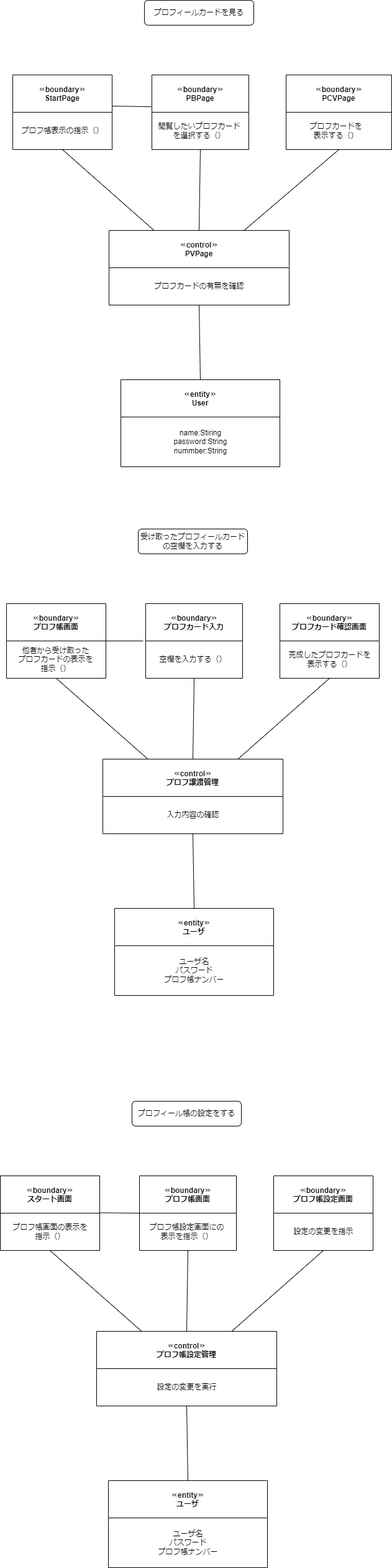
This is classmap22.drawio.png from MoritMorit/psp-pro4, a draw.io export, as it was before one commit. Source tidied: cells renumbered, new cells last; positions are measured from the earlier drawing's top-left corner, leaving out a move shared by most shapes.
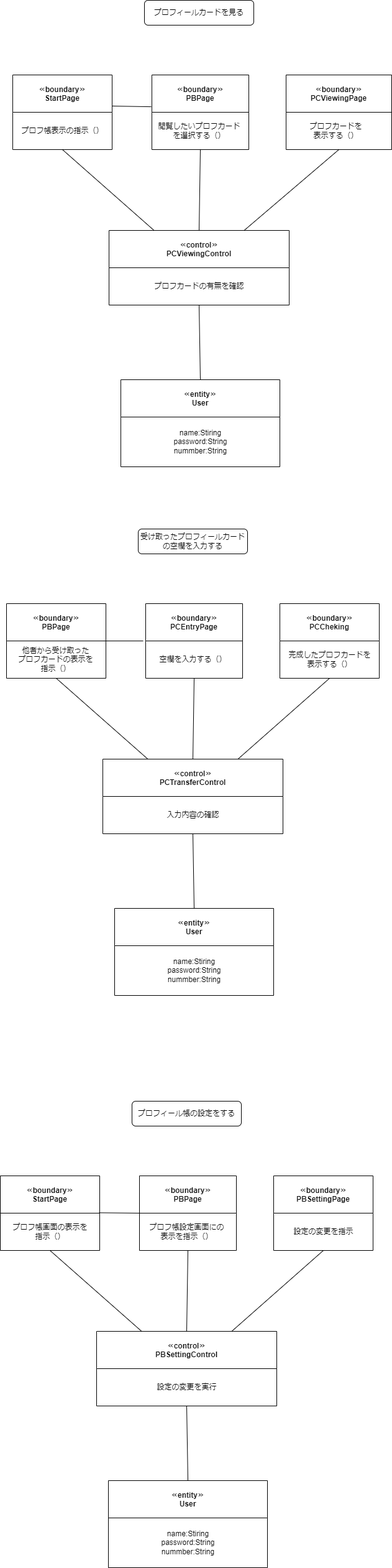
The same file after the commit.

The edit, as a diff of the source:
```diff
@@ -5,7 +5,7 @@
     <mxCell id="2" value="プロフィールカードを見る" style="rounded=1;whiteSpace=wrap;html=1;" parent="1" vertex="1">
       <mxGeometry x="232" width="176" height="40" as="geometry" />
     </mxCell>
-    <mxCell id="3" value="≪control≫&#10;PVPage" style="swimlane;startSize=60;" parent="1" vertex="1">
+    <mxCell id="3" value="≪control≫&#10;PCViewingControl" style="swimlane;startSize=60;" parent="1" vertex="1">
       <mxGeometry x="175" y="370" width="290" height="120" as="geometry" />
     </mxCell>
     <mxCell id="4" value="プロフカードの有無を確認" style="text;html=1;align=center;verticalAlign=middle;strokeColor=none;fillColor=none;" parent="3" vertex="1">
@@ -23,7 +23,7 @@
     <mxCell id="8" value="閲覧したいプロフカード&lt;br&gt;を選択する（）" style="text;html=1;align=center;verticalAlign=middle;strokeColor=none;fillColor=none;" parent="7" vertex="1">
       <mxGeometry x="-4" y="70" width="160" height="40" as="geometry" />
     </mxCell>
-    <mxCell id="9" value="≪boundary≫&#10;PCVPage" style="swimlane;startSize=60;" parent="1" vertex="1">
+    <mxCell id="9" value="≪boundary≫&#10;PCViewingPage" style="swimlane;startSize=60;" parent="1" vertex="1">
       <mxGeometry x="460" y="120" width="170" height="120" as="geometry" />
     </mxCell>
     <mxCell id="10" value="プロフカードを&lt;br&gt;表示する（）" style="text;html=1;align=center;verticalAlign=middle;strokeColor=none;fillColor=none;" parent="9" vertex="1">
@@ -50,35 +50,35 @@
     <mxCell id="17" value="受け取ったプロフィールカードの空欄を入力する" style="rounded=1;whiteSpace=wrap;html=1;" parent="1" vertex="1">
       <mxGeometry x="222" y="850" width="176" height="40" as="geometry" />
     </mxCell>
-    <mxCell id="18" value="≪control≫&#10;プロフ譲渡管理" style="swimlane;startSize=60;" parent="1" vertex="1">
+    <mxCell id="18" value="≪control≫&#10;PCTransferControl" style="swimlane;startSize=60;" parent="1" vertex="1">
       <mxGeometry x="165" y="1220" width="290" height="120" as="geometry" />
     </mxCell>
     <mxCell id="19" value="入力内容の確認" style="text;html=1;align=center;verticalAlign=middle;strokeColor=none;fillColor=none;" parent="18" vertex="1">
       <mxGeometry x="90" y="75" width="110" height="30" as="geometry" />
     </mxCell>
-    <mxCell id="20" value="≪boundary≫&#10;プロフ帳画面" style="swimlane;startSize=60;" parent="1" vertex="1">
+    <mxCell id="20" value="≪boundary≫&#10;PBPage" style="swimlane;startSize=60;" parent="1" vertex="1">
       <mxGeometry x="10" y="970" width="160" height="120" as="geometry" />
     </mxCell>
     <mxCell id="21" value="他者から受け取った&lt;br&gt;プロフカードの表示を&lt;br&gt;指示（）" style="text;html=1;align=center;verticalAlign=middle;strokeColor=none;fillColor=none;" parent="20" vertex="1">
       <mxGeometry x="9" y="60" width="140" height="60" as="geometry" />
     </mxCell>
-    <mxCell id="22" value="≪boundary≫&#10;プロフカード入力" style="swimlane;startSize=60;" parent="1" vertex="1">
+    <mxCell id="22" value="≪boundary≫&#10;PCEntryPage" style="swimlane;startSize=60;" parent="1" vertex="1">
       <mxGeometry x="234" y="970" width="156" height="120" as="geometry" />
     </mxCell>
     <mxCell id="23" value="空欄を入力する（）" style="text;html=1;align=center;verticalAlign=middle;strokeColor=none;fillColor=none;" parent="22" vertex="1">
       <mxGeometry x="11" y="75" width="130" height="30" as="geometry" />
     </mxCell>
-    <mxCell id="24" value="≪boundary≫&#10;プロフカード確認画面" style="swimlane;startSize=60;" parent="1" vertex="1">
+    <mxCell id="24" value="≪boundary≫&#10;PCCheking" style="swimlane;startSize=60;" parent="1" vertex="1">
       <mxGeometry x="450" y="970" width="160" height="120" as="geometry" />
     </mxCell>
     <mxCell id="25" value="完成したプロフカードを&lt;br&gt;表示する（）" style="text;html=1;align=center;verticalAlign=middle;strokeColor=none;fillColor=none;" parent="24" vertex="1">
       <mxGeometry y="70" width="160" height="40" as="geometry" />
     </mxCell>
-    <mxCell id="26" value="≪entity≫&#10;ユーザ" style="swimlane;startSize=60;" parent="1" vertex="1">
+    <mxCell id="26" value="≪entity≫&#10;User" style="swimlane;startSize=60;" parent="1" vertex="1">
       <mxGeometry x="184" y="1460" width="256" height="140" as="geometry" />
     </mxCell>
-    <mxCell id="27" value="ユーザ名&lt;br&gt;パスワード&lt;br&gt;プロフ帳ナンバー" style="text;html=1;align=center;verticalAlign=middle;strokeColor=none;fillColor=none;" parent="26" vertex="1">
-      <mxGeometry x="68" y="70" width="120" height="60" as="geometry" />
+    <mxCell id="27" value="name:Stiring&lt;br&gt;password:String&lt;br&gt;nummber:String" style="text;html=1;align=center;verticalAlign=middle;strokeColor=none;fillColor=none;" parent="26" vertex="1">
+      <mxGeometry x="73" y="70" width="110" height="60" as="geometry" />
     </mxCell>
     <mxCell id="28" style="endArrow=none;html=1;entryX=0.5;entryY=1;entryDx=0;entryDy=0;exitX=0.5;exitY=0;exitDx=0;exitDy=0;" parent="1" edge="1" source="26" target="18">
       <mxGeometry relative="1" as="geometry" />
@@ -95,35 +95,35 @@
     <mxCell id="32" value="プロフィール帳の設定をする" style="rounded=1;whiteSpace=wrap;html=1;" parent="1" vertex="1">
       <mxGeometry x="212" y="1770" width="176" height="40" as="geometry" />
     </mxCell>
-    <mxCell id="33" value="≪control≫&#10;プロフ帳設定管理" style="swimlane;startSize=60;" parent="1" vertex="1">
+    <mxCell id="33" value="≪control≫&#10;PBSettingControl" style="swimlane;startSize=60;" parent="1" vertex="1">
       <mxGeometry x="155" y="2140" width="290" height="120" as="geometry" />
     </mxCell>
     <mxCell id="34" value="設定の変更を実行" style="text;html=1;align=center;verticalAlign=middle;strokeColor=none;fillColor=none;" parent="33" vertex="1">
       <mxGeometry x="85" y="75" width="120" height="30" as="geometry" />
     </mxCell>
-    <mxCell id="35" value="≪boundary≫&#10;スタート画面" style="swimlane;startSize=60;" parent="1" vertex="1">
+    <mxCell id="35" value="≪boundary≫&#10;StartPage" style="swimlane;startSize=60;" parent="1" vertex="1">
       <mxGeometry y="1890" width="160" height="120" as="geometry" />
     </mxCell>
     <mxCell id="36" value="プロフ帳画面の表示を&lt;br&gt;指示（）" style="text;html=1;align=center;verticalAlign=middle;strokeColor=none;fillColor=none;" parent="35" vertex="1">
       <mxGeometry x="10" y="70" width="140" height="40" as="geometry" />
     </mxCell>
-    <mxCell id="37" value="≪boundary≫&#10;プロフ帳画面" style="swimlane;startSize=60;" parent="1" vertex="1">
+    <mxCell id="37" value="≪boundary≫&#10;PBPage" style="swimlane;startSize=60;" parent="1" vertex="1">
       <mxGeometry x="224" y="1890" width="156" height="120" as="geometry" />
     </mxCell>
     <mxCell id="38" value="プロフ帳設定画面にの&lt;br&gt;表示を指示（）" style="text;html=1;align=center;verticalAlign=middle;strokeColor=none;fillColor=none;" parent="37" vertex="1">
       <mxGeometry x="6" y="70" width="140" height="40" as="geometry" />
     </mxCell>
-    <mxCell id="39" value="≪boundary≫&#10;プロフ帳設定画面" style="swimlane;startSize=60;" parent="1" vertex="1">
+    <mxCell id="39" value="≪boundary≫&#10;PBSettingPage" style="swimlane;startSize=60;" parent="1" vertex="1">
       <mxGeometry x="440" y="1890" width="160" height="120" as="geometry" />
     </mxCell>
     <mxCell id="40" value="設定の変更を指示" style="text;html=1;align=center;verticalAlign=middle;strokeColor=none;fillColor=none;" parent="39" vertex="1">
       <mxGeometry x="20" y="75" width="120" height="30" as="geometry" />
     </mxCell>
-    <mxCell id="41" value="≪entity≫&#10;ユーザ" style="swimlane;startSize=60;" parent="1" vertex="1">
+    <mxCell id="41" value="≪entity≫&#10;User" style="swimlane;startSize=60;" parent="1" vertex="1">
       <mxGeometry x="174" y="2380" width="256" height="140" as="geometry" />
     </mxCell>
-    <mxCell id="42" value="ユーザ名&lt;br&gt;パスワード&lt;br&gt;プロフ帳ナンバー" style="text;html=1;align=center;verticalAlign=middle;strokeColor=none;fillColor=none;" parent="41" vertex="1">
-      <mxGeometry x="68" y="70" width="120" height="60" as="geometry" />
+    <mxCell id="42" value="name:Stiring&lt;br&gt;password:String&lt;br&gt;nummber:String" style="text;html=1;align=center;verticalAlign=middle;strokeColor=none;fillColor=none;" parent="41" vertex="1">
+      <mxGeometry x="73" y="70" width="110" height="60" as="geometry" />
     </mxCell>
     <mxCell id="43" style="endArrow=none;html=1;entryX=0.5;entryY=1;entryDx=0;entryDy=0;exitX=0.5;exitY=0;exitDx=0;exitDy=0;" parent="1" edge="1" source="41" target="33">
       <mxGeometry relative="1" as="geometry" />
```
